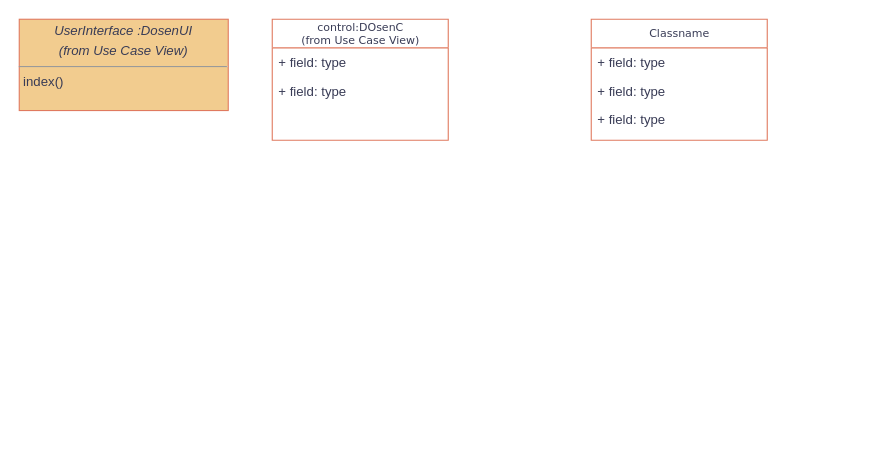
mahesri/uml_ads_sms3 keeps this draw.io diagram as Pert 10/Diagram Entry Data Pert 10 Ads.drawio. Above is the earlier version. Source tidied: cells renumbered, new cells numbered last; positions are measured from the earlier drawing's top-left corner, leaving out a move shared by most shapes. Both pictures are drawn from the tidied source at 110%, with x=0, y=0 at pixel (19, 19).
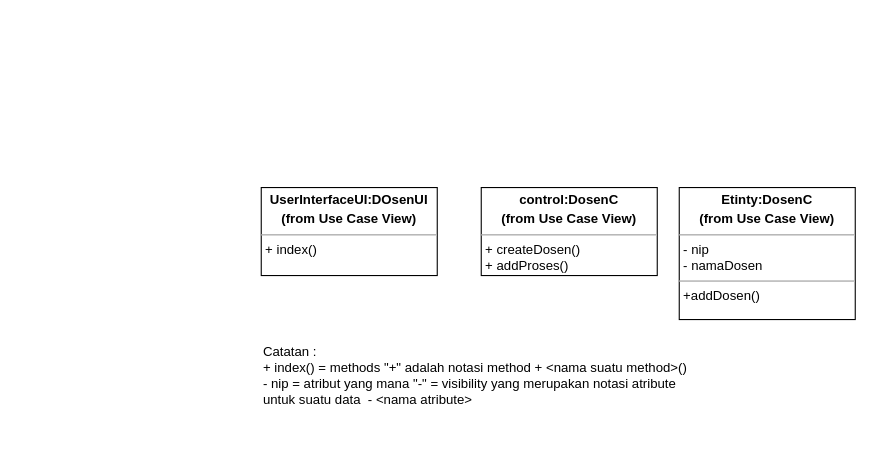
The same page after the edit.

Diff of the diagram source:
```diff
@@
 <mxGraphModel>
   <root>
     <mxCell id="0" />
     <mxCell id="1" parent="0" />
-    <mxCell id="2" value="control:DOsenC&lt;br&gt;(from Use Case View)" style="swimlane;html=1;fontStyle=0;horizontal=1;startSize=26;fillColor=none;swimlaneFillColor=#ffffff;rounded=0;shadow=0;comic=0;labelBackgroundColor=none;strokeWidth=1;fontFamily=Verdana;fontSize=10;align=center;strokeColor=#E07A5F;fontColor=#393C56;" parent="1" vertex="1">
-      <mxGeometry x="230" width="160" height="110" as="geometry" />
-    </mxCell>
-    <mxCell id="3" value="+ field: type" style="text;html=1;strokeColor=none;fillColor=none;align=left;verticalAlign=top;spacingLeft=4;spacingRight=4;whiteSpace=wrap;overflow=hidden;labelBackgroundColor=none;fontColor=#393C56;" parent="2" vertex="1">
-      <mxGeometry y="26" width="160" height="26" as="geometry" />
-    </mxCell>
-    <mxCell id="4" value="+ field: type" style="text;html=1;strokeColor=none;fillColor=none;align=left;verticalAlign=top;spacingLeft=4;spacingRight=4;whiteSpace=wrap;overflow=hidden;labelBackgroundColor=none;fontColor=#393C56;" parent="2" vertex="1">
-      <mxGeometry y="52" width="160" height="26" as="geometry" />
-    </mxCell>
-    <mxCell id="5" value="Classname" style="swimlane;html=1;fontStyle=0;horizontal=1;startSize=26;fillColor=none;swimlaneFillColor=#ffffff;rounded=0;shadow=0;comic=0;labelBackgroundColor=none;strokeWidth=1;fontFamily=Verdana;fontSize=10;align=center;strokeColor=#E07A5F;fontColor=#393C56;" parent="1" vertex="1">
-      <mxGeometry x="520" width="160" height="110" as="geometry" />
-    </mxCell>
-    <mxCell id="6" value="+ field: type" style="text;html=1;strokeColor=none;fillColor=none;align=left;verticalAlign=top;spacingLeft=4;spacingRight=4;whiteSpace=wrap;overflow=hidden;labelBackgroundColor=none;fontColor=#393C56;" parent="5" vertex="1">
-      <mxGeometry y="26" width="160" height="26" as="geometry" />
-    </mxCell>
-    <mxCell id="7" value="+ field: type" style="text;html=1;strokeColor=none;fillColor=none;align=left;verticalAlign=top;spacingLeft=4;spacingRight=4;whiteSpace=wrap;overflow=hidden;labelBackgroundColor=none;fontColor=#393C56;" parent="5" vertex="1">
-      <mxGeometry y="52" width="160" height="26" as="geometry" />
-    </mxCell>
-    <mxCell id="8" value="+ field: type" style="text;html=1;strokeColor=none;fillColor=none;align=left;verticalAlign=top;spacingLeft=4;spacingRight=4;whiteSpace=wrap;overflow=hidden;labelBackgroundColor=none;fontColor=#393C56;" parent="5" vertex="1">
-      <mxGeometry y="78" width="160" height="26" as="geometry" />
-    </mxCell>
-    <mxCell id="9" value="&lt;p style=&quot;margin:0px;margin-top:4px;text-align:center;&quot;&gt;&lt;i&gt;UserInterface :DosenUI&lt;/i&gt;&lt;/p&gt;&lt;p style=&quot;margin:0px;margin-top:4px;text-align:center;&quot;&gt;&lt;i&gt;(from Use Case View)&lt;/i&gt;&lt;/p&gt;&lt;hr size=&quot;1&quot;&gt;&lt;p style=&quot;margin:0px;margin-left:4px;&quot;&gt;index()&lt;/p&gt;" style="verticalAlign=top;align=left;overflow=fill;fontSize=12;fontFamily=Helvetica;html=1;rounded=0;shadow=0;comic=0;labelBackgroundColor=none;strokeWidth=1;fillColor=#F2CC8F;strokeColor=#E07A5F;fontColor=#393C56;" parent="1" vertex="1">
-      <mxGeometry width="190" height="83" as="geometry" />
-    </mxCell>
+    <mxCell id="10" value="&lt;p style=&quot;margin:0px;margin-top:4px;text-align:center;&quot;&gt;&lt;b&gt;UserInterfaceUI:DOsenUI&lt;/b&gt;&lt;/p&gt;&lt;p style=&quot;margin:0px;margin-top:4px;text-align:center;&quot;&gt;&lt;b&gt;(from Use Case View)&lt;/b&gt;&lt;/p&gt;&lt;hr size=&quot;1&quot;&gt;&lt;p style=&quot;margin:0px;margin-left:4px;&quot;&gt;+ index()&lt;/p&gt;" style="verticalAlign=top;align=left;overflow=fill;fontSize=12;fontFamily=Helvetica;html=1;whiteSpace=wrap;" parent="1" vertex="1">
+      <mxGeometry x="220" y="153" width="160" height="80" as="geometry" />
+    </mxCell>
+    <mxCell id="11" value="&lt;p style=&quot;margin:0px;margin-top:4px;text-align:center;&quot;&gt;&lt;b&gt;control:DosenC&lt;/b&gt;&lt;/p&gt;&lt;p style=&quot;margin:0px;margin-top:4px;text-align:center;&quot;&gt;&lt;b&gt;(from Use Case View)&lt;/b&gt;&lt;/p&gt;&lt;hr size=&quot;1&quot;&gt;&lt;p style=&quot;margin:0px;margin-left:4px;&quot;&gt;+ createDosen()&lt;/p&gt;&lt;p style=&quot;margin:0px;margin-left:4px;&quot;&gt;+ addProses()&lt;/p&gt;" style="verticalAlign=top;align=left;overflow=fill;fontSize=12;fontFamily=Helvetica;html=1;whiteSpace=wrap;" parent="1" vertex="1">
+      <mxGeometry x="420" y="153" width="160" height="80" as="geometry" />
+    </mxCell>
+    <mxCell id="12" value="Catatan :&lt;br&gt;+ index() = methods &quot;+&quot; adalah notasi method + &amp;lt;nama suatu method&amp;gt;()&lt;br&gt;- nip = atribut yang mana &quot;-&quot; = visibility yang merupakan notasi atribute untuk suatu data&amp;nbsp; - &amp;lt;nama atribute&amp;gt;" style="text;html=1;strokeColor=none;fillColor=none;align=left;verticalAlign=middle;whiteSpace=wrap;rounded=0;" parent="1" vertex="1">
+      <mxGeometry x="220" y="274" width="410" height="100" as="geometry" />
+    </mxCell>
+    <mxCell id="13" value="&lt;p style=&quot;border-color: var(--border-color); margin: 4px 0px 0px; text-align: center;&quot;&gt;&lt;b style=&quot;border-color: var(--border-color);&quot;&gt;Etinty:DosenC&lt;/b&gt;&lt;/p&gt;&lt;p style=&quot;border-color: var(--border-color); margin: 4px 0px 0px; text-align: center;&quot;&gt;&lt;b style=&quot;border-color: var(--border-color);&quot;&gt;(from Use Case View)&lt;/b&gt;&lt;/p&gt;&lt;hr size=&quot;1&quot;&gt;&lt;p style=&quot;margin:0px;margin-left:4px;&quot;&gt;- nip&lt;/p&gt;&lt;p style=&quot;margin:0px;margin-left:4px;&quot;&gt;- namaDosen&lt;/p&gt;&lt;hr size=&quot;1&quot;&gt;&lt;p style=&quot;margin:0px;margin-left:4px;&quot;&gt;+addDosen()&lt;/p&gt;" style="verticalAlign=top;align=left;overflow=fill;fontSize=12;fontFamily=Helvetica;html=1;whiteSpace=wrap;" parent="1" vertex="1">
+      <mxGeometry x="600" y="153" width="160" height="120" as="geometry" />
+    </mxCell>
   </root>
 </mxGraphModel>
```
